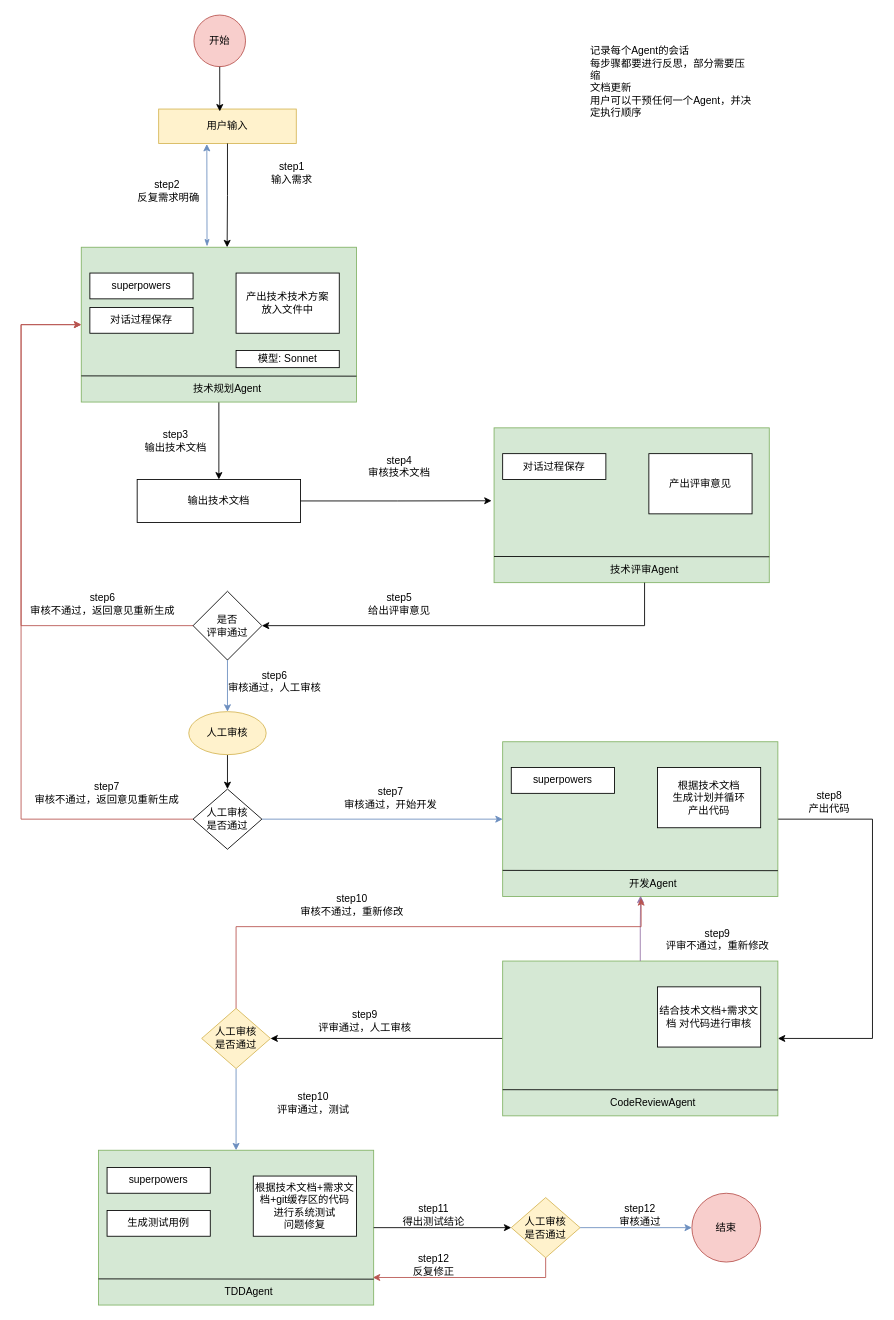
Earlier version of the draw.io diagram SSJJ2/开发Agent设计.drawio (Ordertiny/graph). Source tidied: cells renumbered, new cells numbered last; positions are measured from the earlier drawing's top-left corner, leaving out a move shared by most shapes. Both pictures are drawn from the tidied source at 86%, with x=0, y=0 at pixel (21, 15).
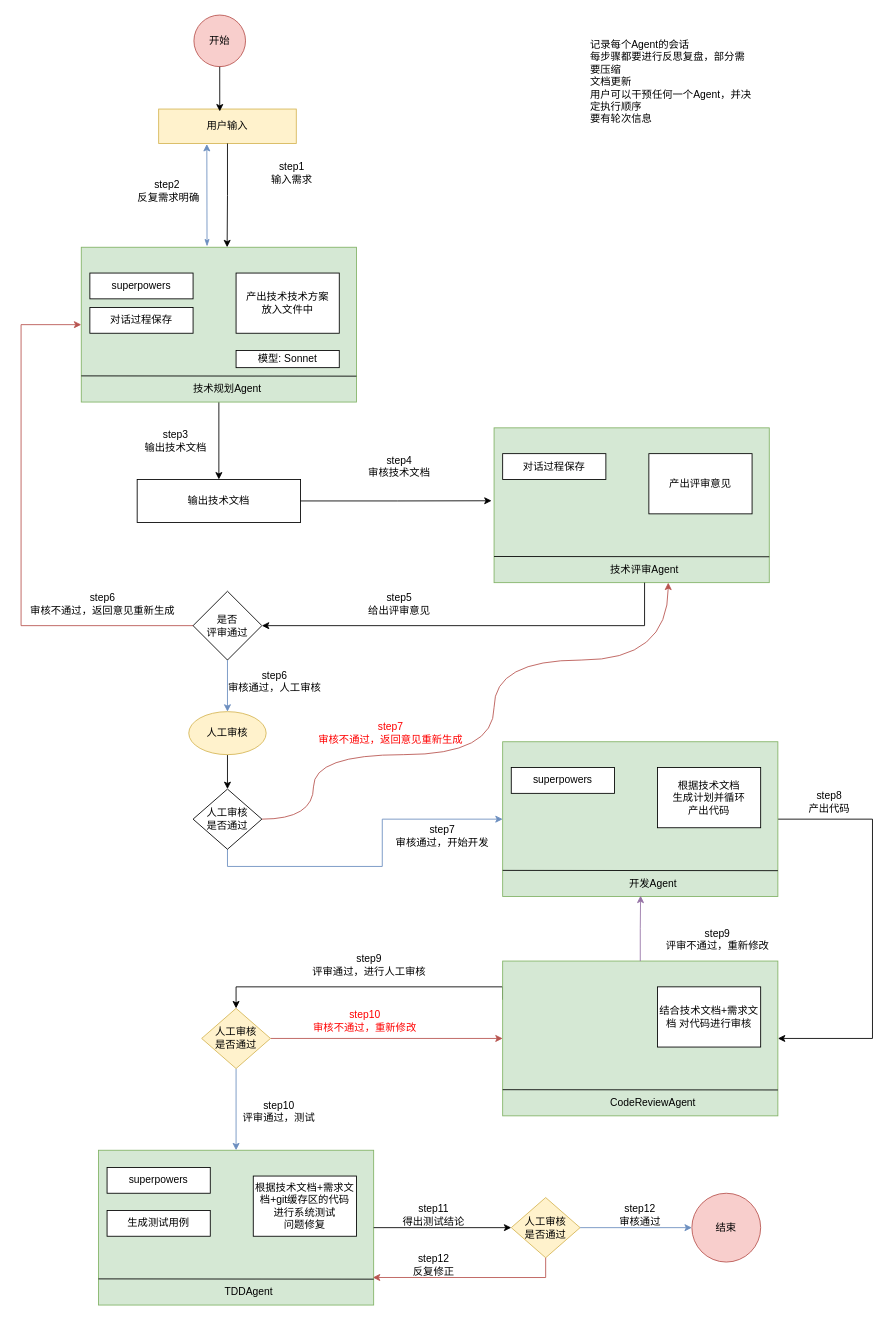
The same diagram, later.

Commit message:
更新开发Agent设计.drawio

The change refers to these unchanged cells:
```xml
<mxCell id="14" value="技术评审Agent" style="text;html=1;whiteSpace=wrap;strokeColor=none;fillColor=none;align=center;verticalAlign=middle;rounded=0;" parent="1" vertex="1">
  <mxGeometry x="670" y="630" width="110" height="30" as="geometry" />
</mxCell>
<mxCell id="38" value="人工审核&lt;div&gt;是否通过&lt;/div&gt;" style="rhombus;whiteSpace=wrap;html=1;" parent="1" vertex="1">
  <mxGeometry x="200" y="900" width="80" height="70" as="geometry" />
</mxCell>
<mxCell id="41" style="rounded=0;whiteSpace=wrap;html=1;fillColor=#d5e8d4;strokeColor=#82b366;" parent="1" vertex="1">
  <mxGeometry x="560" y="845" width="320" height="180" as="geometry" />
</mxCell>
<mxCell id="48" style="rounded=0;whiteSpace=wrap;html=1;fillColor=#d5e8d4;strokeColor=#82b366;" parent="1" vertex="1">
  <mxGeometry x="560" y="1100" width="320" height="180" as="geometry" />
</mxCell>
<mxCell id="56" value="人工审核&lt;div&gt;是否通过&lt;/div&gt;" style="rhombus;whiteSpace=wrap;html=1;fillColor=#fff2cc;strokeColor=#d6b656;" parent="1" vertex="1">
  <mxGeometry x="210" y="1155" width="80" height="70" as="geometry" />
</mxCell>
```

What changed in the source:
```diff
@@
-    <mxCell id="18" value="记录每个Agent的会话&lt;div&gt;每步骤都要进行反思，部分需要压缩&lt;/div&gt;&lt;div&gt;文档更新&lt;/div&gt;&lt;div&gt;用户可以干预任何一个Agent，并决定执行顺序&lt;/div&gt;&lt;div&gt;&lt;br&gt;&lt;/div&gt;" style="text;html=1;whiteSpace=wrap;strokeColor=none;fillColor=none;align=left;verticalAlign=middle;rounded=0;" parent="1" vertex="1">
+    <mxCell id="18" value="记录每个Agent的会话&lt;div&gt;每步骤都要进行反思复盘，部分需要压缩&lt;/div&gt;&lt;div&gt;文档更新&lt;/div&gt;&lt;div&gt;用户可以干预任何一个Agent，并决定执行顺序&lt;/div&gt;&lt;div&gt;要有轮次信息&lt;/div&gt;&lt;div&gt;&lt;br&gt;&lt;/div&gt;" style="text;html=1;whiteSpace=wrap;strokeColor=none;fillColor=none;align=left;verticalAlign=middle;rounded=0;" parent="1" vertex="1">
       <mxGeometry x="660" y="70" width="190" height="30" as="geometry" />
     </mxCell>
@@
-    <mxCell id="36" style="edgeStyle=orthogonalEdgeStyle;rounded=0;jettySize=auto;html=1;exitX=0;exitY=0.5;exitDx=0;exitDy=0;fillColor=#f8cecc;strokeColor=#b85450;" parent="1" edge="1" source="38">
-      <mxGeometry relative="1" as="geometry">
-        <mxPoint x="70" y="360" as="targetPoint" />
-        <Array as="points">
-          <mxPoint y="935" />
-          <mxPoint y="360" />
-        </Array>
-      </mxGeometry>
-    </mxCell>
-    <mxCell id="37" style="edgeStyle=orthogonalEdgeStyle;rounded=0;jettySize=auto;html=1;exitX=1;exitY=0.5;exitDx=0;exitDy=0;fillColor=#dae8fc;strokeColor=#6c8ebf;" parent="1" edge="1" source="38" target="41">
+    <mxCell id="37" style="edgeStyle=orthogonalEdgeStyle;rounded=0;jettySize=auto;html=1;exitX=0.5;exitY=1;exitDx=0;exitDy=0;fillColor=#dae8fc;strokeColor=#6c8ebf;" parent="1" edge="1" source="38" target="41">
       <mxGeometry relative="1" as="geometry" />
     </mxCell>
+    <mxCell id="76" style="edgeStyle=orthogonalEdgeStyle;rounded=0;jettySize=auto;html=1;exitX=1;exitY=0.5;exitDx=0;exitDy=0;entryX=0.75;entryY=1;entryDx=0;entryDy=0;curved=1;fillColor=#f8cecc;strokeColor=#b85450;" parent="1" edge="1" source="38" target="14">
+      <mxGeometry relative="1" as="geometry">
+        <Array as="points">
+          <mxPoint x="340" y="935" />
+          <mxPoint x="340" y="860" />
+          <mxPoint x="550" y="860" />
+          <mxPoint x="550" y="750" />
+          <mxPoint x="753" y="750" />
+        </Array>
+      </mxGeometry>
+    </mxCell>
@@
-    <mxCell id="39" value="step7&lt;div&gt;审核不通过，返回意见重新生成&lt;/div&gt;" style="text;html=1;whiteSpace=wrap;strokeColor=none;fillColor=none;align=center;verticalAlign=middle;rounded=0;" parent="1" vertex="1">
-      <mxGeometry x="10" y="880" width="180" height="50" as="geometry" />
+    <mxCell id="39" value="step7&lt;div&gt;审核不通过，返回意见重新生成&lt;/div&gt;" style="text;html=1;whiteSpace=wrap;strokeColor=none;fillColor=none;align=center;verticalAlign=middle;rounded=0;fontColor=#FF0000;" parent="1" vertex="1">
+      <mxGeometry x="340" y="810" width="180" height="50" as="geometry" />
     </mxCell>
@@
     <mxCell id="46" value="step7&lt;div&gt;审核通过，开始开发&lt;/div&gt;" style="text;html=1;whiteSpace=wrap;strokeColor=none;fillColor=none;align=center;verticalAlign=middle;rounded=0;" parent="1" vertex="1">
-      <mxGeometry x="340" y="885" width="180" height="50" as="geometry" />
+      <mxGeometry x="400" y="930" width="180" height="50" as="geometry" />
     </mxCell>
-    <mxCell id="47" style="edgeStyle=orthogonalEdgeStyle;rounded=0;jettySize=auto;html=1;exitX=0;exitY=0.5;exitDx=0;exitDy=0;entryX=1;entryY=0.5;entryDx=0;entryDy=0;" parent="1" edge="1" source="48" target="56">
-      <mxGeometry relative="1" as="geometry" />
+    <mxCell id="47" style="edgeStyle=orthogonalEdgeStyle;rounded=0;jettySize=auto;html=1;exitX=0;exitY=0.25;exitDx=0;exitDy=0;entryX=0.5;entryY=0;entryDx=0;entryDy=0;" parent="1" edge="1" source="48" target="56">
+      <mxGeometry relative="1" as="geometry">
+        <Array as="points">
+          <mxPoint x="560" y="1130" />
+          <mxPoint x="250" y="1130" />
+        </Array>
+      </mxGeometry>
     </mxCell>
@@
+    <mxCell id="77" style="edgeStyle=orthogonalEdgeStyle;rounded=0;jettySize=auto;html=1;exitX=1;exitY=0.5;exitDx=0;exitDy=0;entryX=0;entryY=0.5;entryDx=0;entryDy=0;fillColor=#f8cecc;strokeColor=#b85450;" parent="1" edge="1" source="56" target="48">
+      <mxGeometry relative="1" as="geometry" />
+    </mxCell>
@@
-    <mxCell id="57" style="edgeStyle=orthogonalEdgeStyle;rounded=0;jettySize=auto;html=1;exitX=0.5;exitY=0;exitDx=0;exitDy=0;fillColor=#f8cecc;strokeColor=#b85450;" parent="1" edge="1" source="56">
-      <mxGeometry relative="1" as="geometry">
-        <mxPoint x="721" y="1027" as="targetPoint" />
-        <Array as="points">
-          <mxPoint x="250" y="1060" />
-          <mxPoint x="721" y="1060" />
-        </Array>
-      </mxGeometry>
-    </mxCell>
-    <mxCell id="58" value="step10&lt;div&gt;审核不通过，重新修改&lt;/div&gt;" style="text;html=1;whiteSpace=wrap;strokeColor=none;fillColor=none;align=center;verticalAlign=middle;rounded=0;" parent="1" vertex="1">
-      <mxGeometry x="300" y="1020" width="170" height="30" as="geometry" />
+    <mxCell id="58" value="step10&lt;div&gt;审核不通过，重新修改&lt;/div&gt;" style="text;html=1;whiteSpace=wrap;strokeColor=none;fillColor=none;align=center;verticalAlign=middle;rounded=0;fontColor=#FF0000;" parent="1" vertex="1">
+      <mxGeometry x="315" y="1155" width="170" height="30" as="geometry" />
     </mxCell>
@@
-    <mxCell id="64" value="step9&lt;div&gt;评审通过，人工审核&lt;/div&gt;" style="text;html=1;whiteSpace=wrap;strokeColor=none;fillColor=none;align=center;verticalAlign=middle;rounded=0;" parent="1" vertex="1">
-      <mxGeometry x="320" y="1155" width="160" height="30" as="geometry" />
+    <mxCell id="64" value="step9&lt;div&gt;评审通过，进行人工审核&lt;/div&gt;" style="text;html=1;whiteSpace=wrap;strokeColor=none;fillColor=none;align=center;verticalAlign=middle;rounded=0;" parent="1" vertex="1">
+      <mxGeometry x="325" y="1090" width="160" height="30" as="geometry" />
     </mxCell>
     <mxCell id="65" value="step10&lt;div&gt;评审通过，测试&lt;/div&gt;" style="text;html=1;whiteSpace=wrap;strokeColor=none;fillColor=none;align=center;verticalAlign=middle;rounded=0;" parent="1" vertex="1">
-      <mxGeometry x="260" y="1250" width="160" height="30" as="geometry" />
+      <mxGeometry x="220" y="1260" width="160" height="30" as="geometry" />
     </mxCell>
```
